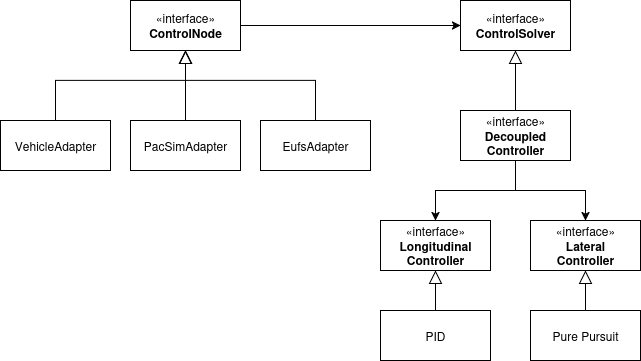
Before: docs/assets/Control/control_class_diagram.drawio.png, a diagram exported from draw.io (fs-feup/autonomous-systems). Source tidied: cells renumbered, new cells last; positions are measured from the earlier drawing's top-left corner, leaving out a move shared by most shapes. Its diagram source:
```xml
<mxGraphModel>
  <root>
    <mxCell id="0" />
    <mxCell id="1" parent="0" />
    <mxCell id="2" style="edgeStyle=orthogonalEdgeStyle;rounded=0;jettySize=auto;html=1;exitX=1;exitY=0.5;exitDx=0;exitDy=0;entryX=0;entryY=0.5;entryDx=0;entryDy=0;" parent="1" edge="1" source="3" target="4">
      <mxGeometry relative="1" as="geometry" />
    </mxCell>
    <mxCell id="3" value="«interface»&lt;br&gt;&lt;b&gt;ControlNode&lt;/b&gt;" style="html=1;whiteSpace=wrap;" parent="1" vertex="1">
      <mxGeometry x="130" width="110" height="50" as="geometry" />
    </mxCell>
    <mxCell id="4" value="«interface»&lt;br&gt;&lt;b&gt;ControlSolver&lt;/b&gt;" style="html=1;whiteSpace=wrap;" parent="1" vertex="1">
      <mxGeometry x="460" width="110" height="50" as="geometry" />
    </mxCell>
    <mxCell id="5" style="edgeStyle=orthogonalEdgeStyle;rounded=0;jettySize=auto;html=1;entryX=0.5;entryY=1;entryDx=0;entryDy=0;endArrow=block;endFill=0;endSize=11;" parent="1" edge="1" source="8" target="4">
      <mxGeometry relative="1" as="geometry" />
    </mxCell>
    <mxCell id="6" style="edgeStyle=orthogonalEdgeStyle;rounded=0;jettySize=auto;html=1;entryX=0.5;entryY=0;entryDx=0;entryDy=0;" parent="1" edge="1" source="8" target="9">
      <mxGeometry relative="1" as="geometry" />
    </mxCell>
    <mxCell id="7" style="edgeStyle=orthogonalEdgeStyle;rounded=0;jettySize=auto;html=1;entryX=0.5;entryY=0;entryDx=0;entryDy=0;" parent="1" edge="1" source="8" target="10">
      <mxGeometry relative="1" as="geometry" />
    </mxCell>
    <mxCell id="8" value="«interface»&lt;br&gt;&lt;b&gt;Decoupled&lt;br&gt;Controller&lt;/b&gt;" style="html=1;whiteSpace=wrap;" parent="1" vertex="1">
      <mxGeometry x="460" y="110" width="110" height="50" as="geometry" />
    </mxCell>
    <mxCell id="9" value="«interface»&lt;br&gt;&lt;b&gt;Longitudinal&lt;br&gt;Controller&lt;/b&gt;" style="html=1;whiteSpace=wrap;" parent="1" vertex="1">
      <mxGeometry x="380" y="220" width="110" height="50" as="geometry" />
    </mxCell>
    <mxCell id="10" value="«interface»&lt;br&gt;&lt;b&gt;Lateral&lt;br&gt;Controller&lt;/b&gt;" style="html=1;whiteSpace=wrap;" parent="1" vertex="1">
      <mxGeometry x="530" y="220" width="110" height="50" as="geometry" />
    </mxCell>
    <mxCell id="11" style="edgeStyle=orthogonalEdgeStyle;rounded=0;jettySize=auto;html=1;entryX=0.5;entryY=1;entryDx=0;entryDy=0;endArrow=block;endFill=0;endSize=11;" parent="1" edge="1" source="12" target="9">
      <mxGeometry relative="1" as="geometry" />
    </mxCell>
    <mxCell id="12" value="PID" style="html=1;whiteSpace=wrap;" parent="1" vertex="1">
      <mxGeometry x="380" y="310" width="110" height="50" as="geometry" />
    </mxCell>
    <mxCell id="13" style="edgeStyle=orthogonalEdgeStyle;rounded=0;jettySize=auto;html=1;entryX=0.5;entryY=1;entryDx=0;entryDy=0;endArrow=block;endFill=0;endSize=11;" parent="1" edge="1" source="14" target="10">
      <mxGeometry relative="1" as="geometry" />
    </mxCell>
    <mxCell id="14" value="Pure Pursuit" style="html=1;whiteSpace=wrap;" parent="1" vertex="1">
      <mxGeometry x="530" y="310" width="110" height="50" as="geometry" />
    </mxCell>
    <mxCell id="15" style="edgeStyle=orthogonalEdgeStyle;rounded=0;jettySize=auto;html=1;entryX=0.5;entryY=1;entryDx=0;entryDy=0;endArrow=block;endFill=0;endSize=11;" parent="1" edge="1" source="16" target="3">
      <mxGeometry relative="1" as="geometry">
        <Array as="points">
          <mxPoint x="55" y="80" />
          <mxPoint x="185" y="80" />
        </Array>
      </mxGeometry>
    </mxCell>
    <mxCell id="16" value="VehicleAdapter" style="html=1;whiteSpace=wrap;" parent="1" vertex="1">
      <mxGeometry y="120" width="110" height="50" as="geometry" />
    </mxCell>
    <mxCell id="17" style="edgeStyle=orthogonalEdgeStyle;rounded=0;jettySize=auto;html=1;entryX=0.5;entryY=1;entryDx=0;entryDy=0;endSize=11;endArrow=block;endFill=0;" parent="1" edge="1" source="18" target="3">
      <mxGeometry relative="1" as="geometry" />
    </mxCell>
    <mxCell id="18" value="PacSimAdapter" style="html=1;whiteSpace=wrap;" parent="1" vertex="1">
      <mxGeometry x="130" y="120" width="110" height="50" as="geometry" />
    </mxCell>
    <mxCell id="19" style="edgeStyle=orthogonalEdgeStyle;rounded=0;jettySize=auto;html=1;entryX=0.5;entryY=1;entryDx=0;entryDy=0;endArrow=block;endFill=0;endSize=11;" parent="1" edge="1" source="20" target="3">
      <mxGeometry relative="1" as="geometry">
        <Array as="points">
          <mxPoint x="315" y="80" />
          <mxPoint x="185" y="80" />
        </Array>
      </mxGeometry>
    </mxCell>
    <mxCell id="20" value="EufsAdapter" style="html=1;whiteSpace=wrap;" parent="1" vertex="1">
      <mxGeometry x="260" y="120" width="110" height="50" as="geometry" />
    </mxCell>
  </root>
</mxGraphModel>
```
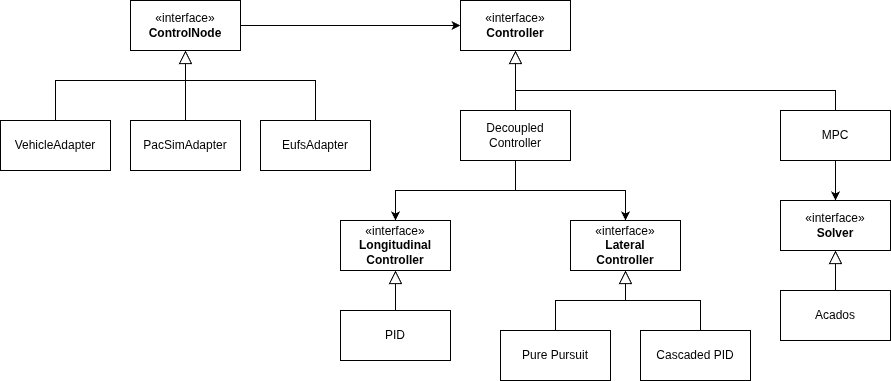
The same file after the commit.

The edit, as a diff of the source:
```diff
@@ -8,38 +8,48 @@
     <mxCell id="3" value="«interface»&lt;br&gt;&lt;b&gt;ControlNode&lt;/b&gt;" style="html=1;whiteSpace=wrap;" parent="1" vertex="1">
       <mxGeometry x="130" width="110" height="50" as="geometry" />
     </mxCell>
-    <mxCell id="4" value="«interface»&lt;br&gt;&lt;b&gt;ControlSolver&lt;/b&gt;" style="html=1;whiteSpace=wrap;" parent="1" vertex="1">
+    <mxCell id="4" value="«interface»&lt;br&gt;&lt;b&gt;Controller&lt;/b&gt;" style="html=1;whiteSpace=wrap;" parent="1" vertex="1">
       <mxGeometry x="460" width="110" height="50" as="geometry" />
     </mxCell>
     <mxCell id="5" style="edgeStyle=orthogonalEdgeStyle;rounded=0;jettySize=auto;html=1;entryX=0.5;entryY=1;entryDx=0;entryDy=0;endArrow=block;endFill=0;endSize=11;" parent="1" edge="1" source="8" target="4">
       <mxGeometry relative="1" as="geometry" />
     </mxCell>
     <mxCell id="6" style="edgeStyle=orthogonalEdgeStyle;rounded=0;jettySize=auto;html=1;entryX=0.5;entryY=0;entryDx=0;entryDy=0;" parent="1" edge="1" source="8" target="9">
-      <mxGeometry relative="1" as="geometry" />
+      <mxGeometry relative="1" as="geometry">
+        <Array as="points">
+          <mxPoint x="515" y="190" />
+          <mxPoint x="395" y="190" />
+        </Array>
+      </mxGeometry>
     </mxCell>
     <mxCell id="7" style="edgeStyle=orthogonalEdgeStyle;rounded=0;jettySize=auto;html=1;entryX=0.5;entryY=0;entryDx=0;entryDy=0;" parent="1" edge="1" source="8" target="10">
       <mxGeometry relative="1" as="geometry" />
     </mxCell>
-    <mxCell id="8" value="«interface»&lt;br&gt;&lt;b&gt;Decoupled&lt;br&gt;Controller&lt;/b&gt;" style="html=1;whiteSpace=wrap;" parent="1" vertex="1">
+    <mxCell id="8" value="Decoupled&lt;br&gt;Controller" style="html=1;whiteSpace=wrap;" parent="1" vertex="1">
       <mxGeometry x="460" y="110" width="110" height="50" as="geometry" />
     </mxCell>
     <mxCell id="9" value="«interface»&lt;br&gt;&lt;b&gt;Longitudinal&lt;br&gt;Controller&lt;/b&gt;" style="html=1;whiteSpace=wrap;" parent="1" vertex="1">
-      <mxGeometry x="380" y="220" width="110" height="50" as="geometry" />
+      <mxGeometry x="340" y="220" width="110" height="50" as="geometry" />
     </mxCell>
     <mxCell id="10" value="«interface»&lt;br&gt;&lt;b&gt;Lateral&lt;br&gt;Controller&lt;/b&gt;" style="html=1;whiteSpace=wrap;" parent="1" vertex="1">
-      <mxGeometry x="530" y="220" width="110" height="50" as="geometry" />
+      <mxGeometry x="570" y="220" width="110" height="50" as="geometry" />
     </mxCell>
     <mxCell id="11" style="edgeStyle=orthogonalEdgeStyle;rounded=0;jettySize=auto;html=1;entryX=0.5;entryY=1;entryDx=0;entryDy=0;endArrow=block;endFill=0;endSize=11;" parent="1" edge="1" source="12" target="9">
       <mxGeometry relative="1" as="geometry" />
     </mxCell>
     <mxCell id="12" value="PID" style="html=1;whiteSpace=wrap;" parent="1" vertex="1">
-      <mxGeometry x="380" y="310" width="110" height="50" as="geometry" />
+      <mxGeometry x="340" y="310" width="110" height="50" as="geometry" />
     </mxCell>
     <mxCell id="13" style="edgeStyle=orthogonalEdgeStyle;rounded=0;jettySize=auto;html=1;entryX=0.5;entryY=1;entryDx=0;entryDy=0;endArrow=block;endFill=0;endSize=11;" parent="1" edge="1" source="14" target="10">
-      <mxGeometry relative="1" as="geometry" />
+      <mxGeometry relative="1" as="geometry">
+        <Array as="points">
+          <mxPoint x="555" y="300" />
+          <mxPoint x="625" y="300" />
+        </Array>
+      </mxGeometry>
     </mxCell>
     <mxCell id="14" value="Pure Pursuit" style="html=1;whiteSpace=wrap;" parent="1" vertex="1">
-      <mxGeometry x="530" y="310" width="110" height="50" as="geometry" />
+      <mxGeometry x="500" y="330" width="110" height="50" as="geometry" />
     </mxCell>
     <mxCell id="15" style="edgeStyle=orthogonalEdgeStyle;rounded=0;jettySize=auto;html=1;entryX=0.5;entryY=1;entryDx=0;entryDy=0;endArrow=block;endFill=0;endSize=11;" parent="1" edge="1" source="16" target="3">
       <mxGeometry relative="1" as="geometry">
@@ -69,5 +79,39 @@
     <mxCell id="20" value="EufsAdapter" style="html=1;whiteSpace=wrap;" parent="1" vertex="1">
       <mxGeometry x="260" y="120" width="110" height="50" as="geometry" />
     </mxCell>
+    <mxCell id="21" style="edgeStyle=orthogonalEdgeStyle;rounded=0;jettySize=auto;html=1;entryX=0.5;entryY=1;entryDx=0;entryDy=0;endArrow=block;endFill=0;endSize=11;" parent="1" edge="1" source="22" target="10">
+      <mxGeometry relative="1" as="geometry">
+        <Array as="points">
+          <mxPoint x="700" y="300" />
+          <mxPoint x="625" y="300" />
+        </Array>
+      </mxGeometry>
+    </mxCell>
+    <mxCell id="22" value="Cascaded PID" style="html=1;whiteSpace=wrap;" parent="1" vertex="1">
+      <mxGeometry x="640" y="330" width="110" height="50" as="geometry" />
+    </mxCell>
+    <mxCell id="23" style="edgeStyle=orthogonalEdgeStyle;rounded=0;jettySize=auto;html=1;entryX=0.5;entryY=1;entryDx=0;entryDy=0;endArrow=block;endFill=0;endSize=11;" parent="1" edge="1" source="25" target="4">
+      <mxGeometry relative="1" as="geometry">
+        <Array as="points">
+          <mxPoint x="835" y="90" />
+          <mxPoint x="515" y="90" />
+        </Array>
+      </mxGeometry>
+    </mxCell>
+    <mxCell id="24" style="edgeStyle=orthogonalEdgeStyle;rounded=0;jettySize=auto;html=1;entryX=0.5;entryY=0;entryDx=0;entryDy=0;" parent="1" edge="1" source="25" target="26">
+      <mxGeometry relative="1" as="geometry" />
+    </mxCell>
+    <mxCell id="25" value="MPC" style="html=1;whiteSpace=wrap;" parent="1" vertex="1">
+      <mxGeometry x="780" y="110" width="110" height="50" as="geometry" />
+    </mxCell>
+    <mxCell id="26" value="«interface»&lt;br&gt;&lt;b&gt;Solver&lt;/b&gt;" style="html=1;whiteSpace=wrap;" parent="1" vertex="1">
+      <mxGeometry x="780" y="200" width="110" height="50" as="geometry" />
+    </mxCell>
+    <mxCell id="27" style="edgeStyle=orthogonalEdgeStyle;rounded=0;jettySize=auto;html=1;entryX=0.5;entryY=1;entryDx=0;entryDy=0;endArrow=block;endFill=0;endSize=11;" parent="1" edge="1" source="28" target="26">
+      <mxGeometry relative="1" as="geometry" />
+    </mxCell>
+    <mxCell id="28" value="Acados" style="html=1;whiteSpace=wrap;" parent="1" vertex="1">
+      <mxGeometry x="780" y="290" width="110" height="50" as="geometry" />
+    </mxCell>
   </root>
 </mxGraphModel>
```
